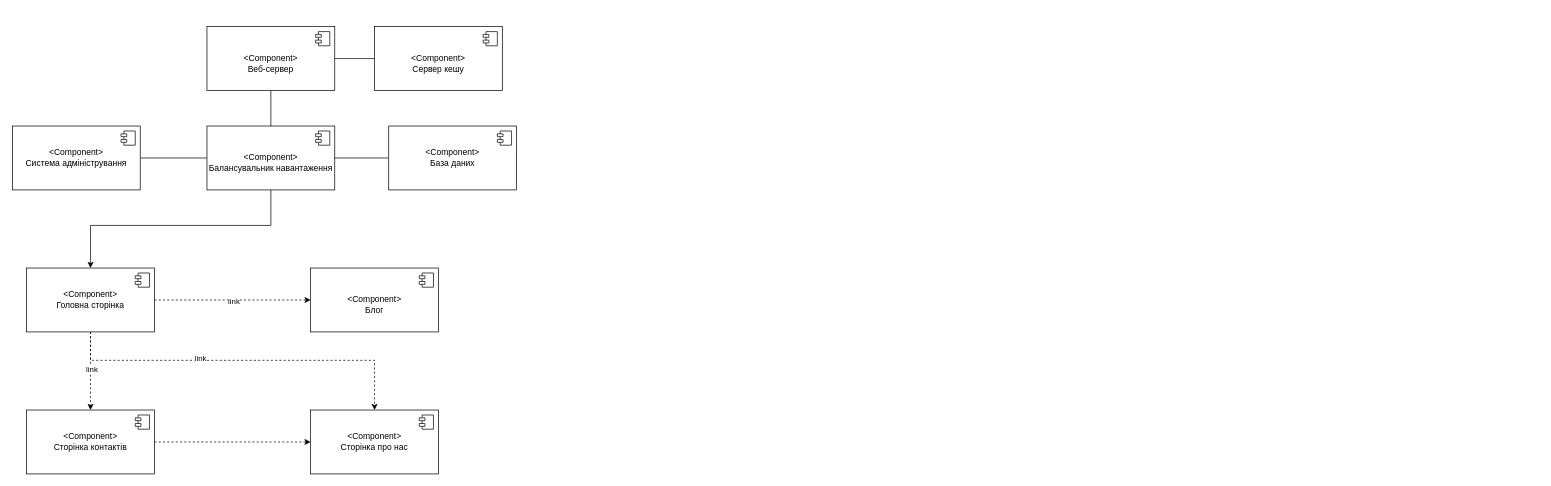
This is d2.drawio from peerpressurre/diagrams, a draw.io file, before an edit. Source tidied: cells renumbered, new cells numbered last; positions are measured from the earlier drawing's top-left corner, leaving out a move shared by most shapes. Both pictures are drawn from the tidied source at 71%, with x=0, y=0 at pixel (12, 26).
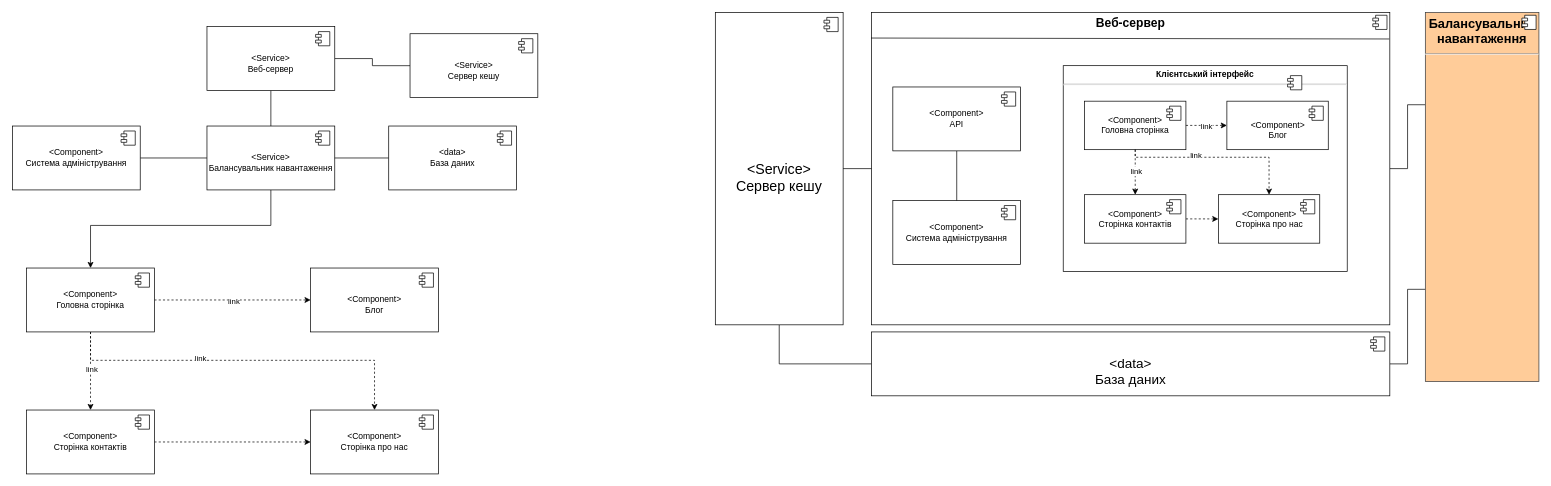
The same diagram, later.

The edit, as a diff of the source:
```diff
@@
+    <mxCell id="32" style="edgeStyle=orthogonalEdgeStyle;rounded=0;jettySize=auto;html=1;exitX=0;exitY=0.25;exitDx=0;exitDy=0;endArrow=none;endFill=0;" parent="1" edge="1" source="34" target="40">
+      <mxGeometry relative="1" as="geometry" />
+    </mxCell>
+    <mxCell id="33" style="edgeStyle=orthogonalEdgeStyle;rounded=0;jettySize=auto;html=1;exitX=0;exitY=0.75;exitDx=0;exitDy=0;entryX=1;entryY=0.5;entryDx=0;entryDy=0;endArrow=none;endFill=0;" parent="1" edge="1" source="34" target="67">
+      <mxGeometry relative="1" as="geometry" />
+    </mxCell>
+    <mxCell id="34" value="&lt;p style=&quot;margin: 6px 0px 0px; text-align: center; font-size: 18px;&quot;&gt;&lt;b style=&quot;&quot;&gt;&lt;font style=&quot;font-size: 18px;&quot;&gt;Балансувальник навантаження&lt;/font&gt;&lt;/b&gt;&lt;/p&gt;&lt;hr style=&quot;font-size: 18px;&quot;&gt;&lt;p style=&quot;margin: 0px 0px 0px 8px; font-size: 18px;&quot;&gt;&lt;br&gt;&lt;/p&gt;" style="align=left;overflow=fill;html=1;whiteSpace=wrap;fillColor=#ffcc99;strokeColor=#36393d;" parent="1" vertex="1">
+      <mxGeometry x="1990" y="-20" width="160" height="520" as="geometry" />
+    </mxCell>
+    <mxCell id="35" style="shape=component;jettyWidth=8;jettyHeight=4;" parent="34" vertex="1">
+      <mxGeometry x="1" width="20" height="20" relative="1" as="geometry">
+        <mxPoint x="-24" y="4" as="offset" />
+      </mxGeometry>
+    </mxCell>
@@
-    <mxCell id="21" value="&lt;br&gt;&amp;lt;Component&amp;gt;&lt;br&gt;Балансувальник навантаження" style="html=1;whiteSpace=wrap;" parent="1" vertex="1">
+    <mxCell id="21" value="&lt;br&gt;&amp;lt;Service&amp;gt;&lt;br&gt;Балансувальник навантаження" style="html=1;whiteSpace=wrap;" parent="1" vertex="1">
       <mxGeometry x="274" y="140" width="180" height="90" as="geometry" />
     </mxCell>
@@
-    <mxCell id="24" value="&amp;lt;Component&amp;gt;&lt;br&gt;База даних" style="html=1;whiteSpace=wrap;" parent="1" vertex="1">
+    <mxCell id="24" value="&amp;lt;data&amp;gt;&lt;br&gt;База даних" style="html=1;whiteSpace=wrap;" parent="1" vertex="1">
       <mxGeometry x="530" y="140" width="180" height="90" as="geometry" />
     </mxCell>
@@
-    <mxCell id="27" value="&lt;br style=&quot;border-color: var(--border-color);&quot;&gt;&amp;lt;Component&amp;gt;&lt;br style=&quot;border-color: var(--border-color);&quot;&gt;Сервер кешу" style="html=1;whiteSpace=wrap;" parent="1" vertex="1">
-      <mxGeometry x="510" width="180" height="90" as="geometry" />
+    <mxCell id="27" value="&lt;br style=&quot;border-color: var(--border-color);&quot;&gt;&amp;lt;Service&amp;gt;&lt;br style=&quot;border-color: var(--border-color);&quot;&gt;Сервер кешу" style="html=1;whiteSpace=wrap;" parent="1" vertex="1">
+      <mxGeometry x="560" y="10" width="180" height="90" as="geometry" />
     </mxCell>
@@
-    <mxCell id="30" value="&lt;br style=&quot;border-color: var(--border-color);&quot;&gt;&amp;lt;Component&amp;gt;&lt;br style=&quot;border-color: var(--border-color);&quot;&gt;Веб-сервер" style="html=1;whiteSpace=wrap;" parent="1" vertex="1">
+    <mxCell id="30" value="&lt;br style=&quot;border-color: var(--border-color);&quot;&gt;&amp;lt;Service&amp;gt;&lt;br style=&quot;border-color: var(--border-color);&quot;&gt;Веб-сервер" style="html=1;whiteSpace=wrap;" parent="1" vertex="1">
       <mxGeometry x="274" width="180" height="90" as="geometry" />
     </mxCell>
@@
+    <mxCell id="36" style="edgeStyle=orthogonalEdgeStyle;rounded=0;jettySize=auto;html=1;entryX=0;entryY=0.5;entryDx=0;entryDy=0;endArrow=none;endFill=0;" parent="1" edge="1" source="37" target="67">
+      <mxGeometry relative="1" as="geometry">
+        <Array as="points">
+          <mxPoint x="1080" y="475" />
+        </Array>
+      </mxGeometry>
+    </mxCell>
+    <mxCell id="37" value="&lt;font style=&quot;font-size: 20px;&quot;&gt;&lt;br style=&quot;border-color: var(--border-color);&quot;&gt;&amp;lt;Service&amp;gt;&lt;br style=&quot;border-color: var(--border-color);&quot;&gt;Сервер кешу&lt;/font&gt;" style="html=1;whiteSpace=wrap;" parent="1" vertex="1">
+      <mxGeometry x="990" y="-20" width="180" height="440" as="geometry" />
+    </mxCell>
+    <mxCell id="38" style="shape=module;jettyWidth=8;jettyHeight=4;" parent="37" vertex="1">
+      <mxGeometry x="1" width="20" height="20" relative="1" as="geometry">
+        <mxPoint x="-27" y="7" as="offset" />
+      </mxGeometry>
+    </mxCell>
+    <mxCell id="39" style="group;" parent="1" vertex="1">
+      <mxGeometry x="1210" y="-20" width="730" height="440" as="geometry" />
+    </mxCell>
+    <mxCell id="40" value="&lt;p style=&quot;margin:0px;margin-top:6px;text-align:center;&quot;&gt;&lt;b&gt;&lt;font style=&quot;font-size: 17px;&quot;&gt;Веб-сервер&lt;/font&gt;&lt;/b&gt;&lt;/p&gt;" style="align=left;overflow=fill;html=1;whiteSpace=wrap;" parent="39" vertex="1">
+      <mxGeometry width="730" height="440" as="geometry" />
+    </mxCell>
+    <mxCell id="41" style="shape=component;jettyWidth=8;jettyHeight=4;" parent="40" vertex="1">
+      <mxGeometry x="1" width="20" height="20" relative="1" as="geometry">
+        <mxPoint x="-24" y="4" as="offset" />
+      </mxGeometry>
+    </mxCell>
+    <mxCell id="42" style="group;" parent="39" vertex="1">
+      <mxGeometry x="270" y="75" width="400" height="290" as="geometry" />
+    </mxCell>
+    <mxCell id="43" value="&lt;p style=&quot;margin:0px;margin-top:6px;text-align:center;&quot;&gt;&lt;b&gt;Клієнтський інтерфейс&lt;/b&gt;&lt;/p&gt;&lt;hr&gt;&lt;p style=&quot;margin:0px;margin-left:8px;&quot;&gt;&lt;br&gt;&lt;/p&gt;" style="align=left;overflow=fill;html=1;whiteSpace=wrap;" parent="42" vertex="1">
+      <mxGeometry width="400" height="290" as="geometry" />
+    </mxCell>
+    <mxCell id="44" style="shape=component;jettyWidth=8;jettyHeight=4;" parent="43" vertex="1">
+      <mxGeometry x="1" width="20" height="20" relative="1" as="geometry">
+        <mxPoint x="-84" y="14" as="offset" />
+      </mxGeometry>
+    </mxCell>
+    <mxCell id="45" value="&amp;lt;Component&amp;gt;&lt;br&gt;Головна сторінка" style="html=1;whiteSpace=wrap;" parent="42" vertex="1">
+      <mxGeometry x="30" y="50" width="142.8" height="68.3" as="geometry" />
+    </mxCell>
+    <mxCell id="46" style="shape=module;jettyWidth=8;jettyHeight=4;" parent="45" vertex="1">
+      <mxGeometry x="1" width="20" height="20" relative="1" as="geometry">
+        <mxPoint x="-27" y="7" as="offset" />
+      </mxGeometry>
+    </mxCell>
+    <mxCell id="47" value="&amp;lt;Component&amp;gt;&lt;br&gt;Сторінка про нас" style="html=1;whiteSpace=wrap;" parent="42" vertex="1">
+      <mxGeometry x="218.5" y="181.7" width="142.8" height="68.3" as="geometry" />
+    </mxCell>
+    <mxCell id="48" style="shape=module;jettyWidth=8;jettyHeight=4;" parent="47" vertex="1">
+      <mxGeometry x="1" width="20" height="20" relative="1" as="geometry">
+        <mxPoint x="-27" y="7" as="offset" />
+      </mxGeometry>
+    </mxCell>
+    <mxCell id="49" style="edgeStyle=orthogonalEdgeStyle;rounded=0;jettySize=auto;html=1;entryX=0.5;entryY=0;entryDx=0;entryDy=0;dashed=1;" parent="42" edge="1" source="45" target="47">
+      <mxGeometry relative="1" as="geometry">
+        <Array as="points">
+          <mxPoint x="101.5" y="129" />
+          <mxPoint x="290.5" y="129" />
+        </Array>
+      </mxGeometry>
+    </mxCell>
+    <mxCell id="50" value="link" style="edgeLabel;html=1;align=center;verticalAlign=middle;" parent="49" vertex="1">
+      <mxGeometry x="-0.24" y="3" relative="1" as="geometry" />
+    </mxCell>
+    <mxCell id="51" style="edgeStyle=orthogonalEdgeStyle;rounded=0;jettySize=auto;html=1;entryX=0;entryY=0.5;entryDx=0;entryDy=0;dashed=1;" parent="42" edge="1" source="52" target="47">
+      <mxGeometry relative="1" as="geometry" />
+    </mxCell>
+    <mxCell id="52" value="&amp;lt;Component&amp;gt;&lt;br&gt;Сторінка контактів" style="html=1;whiteSpace=wrap;" parent="42" vertex="1">
+      <mxGeometry x="30" y="181.7" width="142.8" height="68.3" as="geometry" />
+    </mxCell>
+    <mxCell id="53" style="shape=module;jettyWidth=8;jettyHeight=4;" parent="52" vertex="1">
+      <mxGeometry x="1" width="20" height="20" relative="1" as="geometry">
+        <mxPoint x="-27" y="7" as="offset" />
+      </mxGeometry>
+    </mxCell>
+    <mxCell id="54" style="edgeStyle=orthogonalEdgeStyle;rounded=0;jettySize=auto;html=1;entryX=0.5;entryY=0;entryDx=0;entryDy=0;dashed=1;" parent="42" edge="1" source="45" target="52">
+      <mxGeometry relative="1" as="geometry" />
+    </mxCell>
+    <mxCell id="55" value="link" style="edgeLabel;html=1;align=center;verticalAlign=middle;" parent="54" vertex="1">
+      <mxGeometry x="-0.05" y="1" relative="1" as="geometry" />
+    </mxCell>
+    <mxCell id="56" value="&lt;br&gt;&amp;lt;Component&amp;gt;&lt;br&gt;Блог" style="html=1;whiteSpace=wrap;" parent="42" vertex="1">
+      <mxGeometry x="230.5" y="50" width="142.8" height="68.3" as="geometry" />
+    </mxCell>
+    <mxCell id="57" style="shape=module;jettyWidth=8;jettyHeight=4;" parent="56" vertex="1">
+      <mxGeometry x="1" width="20" height="20" relative="1" as="geometry">
+        <mxPoint x="-27" y="7" as="offset" />
+      </mxGeometry>
+    </mxCell>
+    <mxCell id="58" style="edgeStyle=orthogonalEdgeStyle;rounded=0;jettySize=auto;html=1;dashed=1;" parent="42" edge="1" source="45" target="56">
+      <mxGeometry relative="1" as="geometry" />
+    </mxCell>
+    <mxCell id="59" value="link" style="edgeLabel;html=1;align=center;verticalAlign=middle;" parent="58" vertex="1">
+      <mxGeometry x="0.01" y="-1" relative="1" as="geometry" />
+    </mxCell>
+    <mxCell id="60" value="&amp;lt;Component&amp;gt;&lt;br&gt;Система адміністрування" style="html=1;whiteSpace=wrap;" parent="39" vertex="1">
+      <mxGeometry x="30" y="265" width="180" height="90" as="geometry" />
+    </mxCell>
+    <mxCell id="61" style="shape=module;jettyWidth=8;jettyHeight=4;" parent="60" vertex="1">
+      <mxGeometry x="1" width="20" height="20" relative="1" as="geometry">
+        <mxPoint x="-27" y="7" as="offset" />
+      </mxGeometry>
+    </mxCell>
+    <mxCell id="62" style="endArrow=none;html=1;rounded=0;exitX=-0.001;exitY=0.082;exitDx=0;exitDy=0;exitPerimeter=0;entryX=0.999;entryY=0.085;entryDx=0;entryDy=0;entryPerimeter=0;" parent="39" edge="1" source="40" target="40">
+      <mxGeometry relative="1" as="geometry" />
+    </mxCell>
+    <mxCell id="63" style="edgeStyle=orthogonalEdgeStyle;rounded=0;jettySize=auto;html=1;endArrow=none;endFill=0;" parent="39" edge="1" source="64" target="60">
+      <mxGeometry relative="1" as="geometry" />
+    </mxCell>
+    <mxCell id="64" value="&amp;lt;Component&amp;gt;&lt;br&gt;API" style="html=1;whiteSpace=wrap;" parent="39" vertex="1">
+      <mxGeometry x="30" y="105" width="180" height="90" as="geometry" />
+    </mxCell>
+    <mxCell id="65" style="shape=module;jettyWidth=8;jettyHeight=4;" parent="64" vertex="1">
+      <mxGeometry x="1" width="20" height="20" relative="1" as="geometry">
+        <mxPoint x="-27" y="7" as="offset" />
+      </mxGeometry>
+    </mxCell>
+    <mxCell id="66" style="edgeStyle=orthogonalEdgeStyle;rounded=0;jettySize=auto;html=1;entryX=1;entryY=0.5;entryDx=0;entryDy=0;endArrow=none;endFill=0;" parent="1" edge="1" source="40" target="37">
+      <mxGeometry relative="1" as="geometry" />
+    </mxCell>
+    <mxCell id="67" value="&lt;font style=&quot;font-size: 19px;&quot;&gt;&lt;br style=&quot;border-color: var(--border-color);&quot;&gt;&amp;lt;data&amp;gt;&lt;br style=&quot;border-color: var(--border-color);&quot;&gt;База даних&lt;/font&gt;" style="html=1;whiteSpace=wrap;" parent="1" vertex="1">
+      <mxGeometry x="1210" y="430" width="730" height="90" as="geometry" />
+    </mxCell>
+    <mxCell id="68" style="shape=module;jettyWidth=8;jettyHeight=4;" parent="67" vertex="1">
+      <mxGeometry x="1" width="20" height="20" relative="1" as="geometry">
+        <mxPoint x="-27" y="7" as="offset" />
+      </mxGeometry>
+    </mxCell>
```
